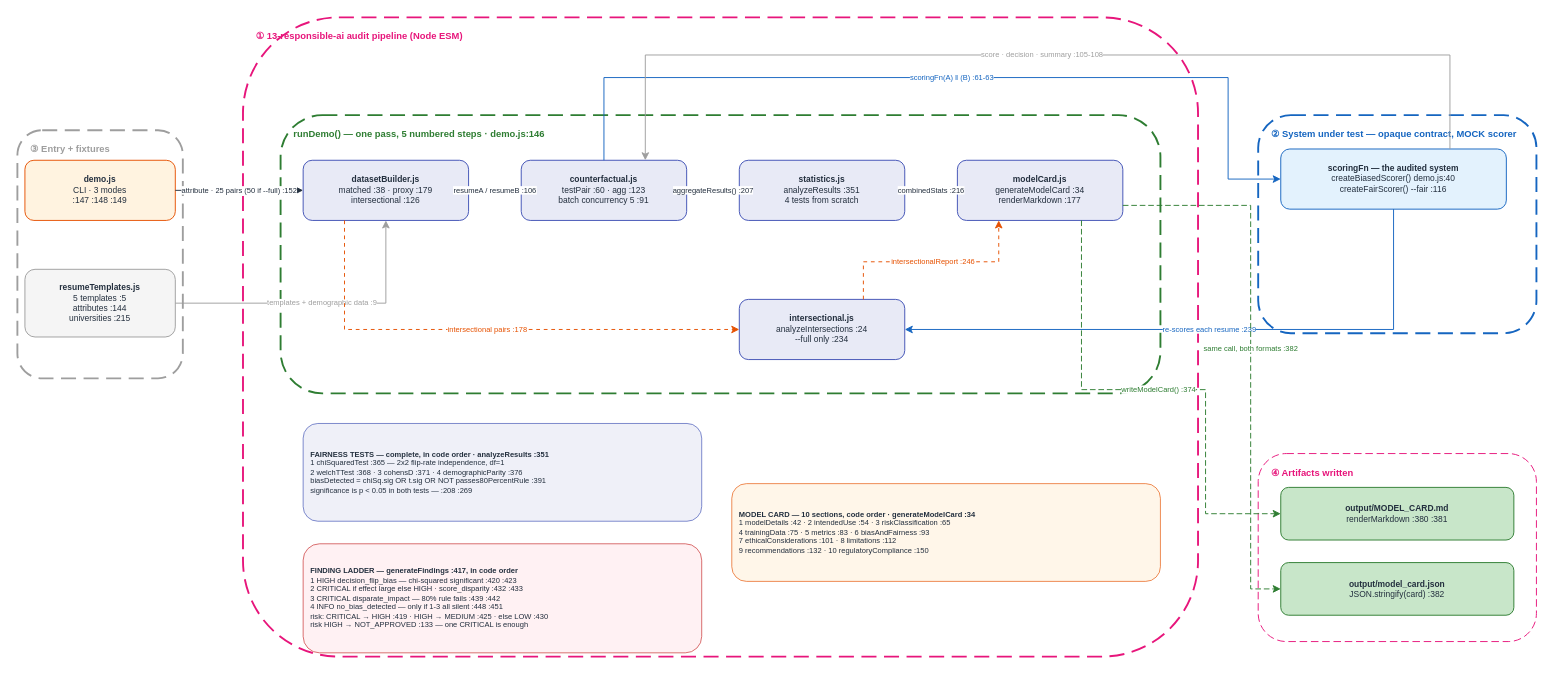
Above: docs/diagrams/responsible_ai_v1/HOA_ResponsibleAi_v1.drawio in gmaheshraju/Hands-on-AgenticAI (draw.io), before the change. Source tidied: cells renumbered, new cells numbered last; positions are measured from the earlier drawing's top-left corner, leaving out a move shared by most shapes. Both pictures are drawn from the tidied source at 94%, with x=0, y=0 at pixel (17, 17).
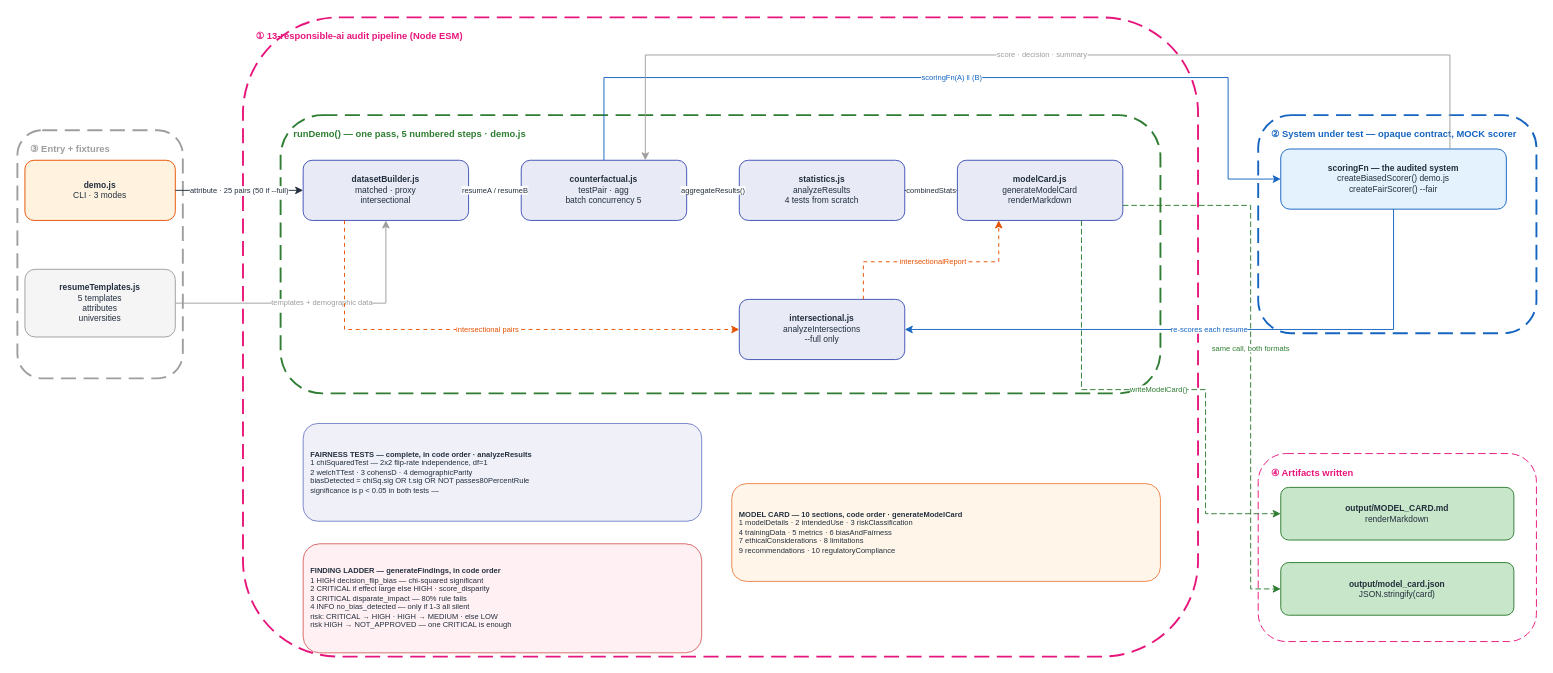
The same diagram, later.

Change to the diagram source:
```diff
@@
-    <mxCell id="7" value="runDemo() — one pass, 5 numbered steps · demo.js:146" style="text;fontSize=10;fontStyle=1;fontColor=#2E7D32;align=left;html=1;whiteSpace=wrap;" parent="1" vertex="1">
+    <mxCell id="7" value="runDemo() — one pass, 5 numbered steps · demo.js" style="text;fontSize=10;fontStyle=1;fontColor=#2E7D32;align=left;html=1;whiteSpace=wrap;" parent="1" vertex="1">
       <mxGeometry x="292" y="112" width="920" height="16" as="geometry" />
     </mxCell>
@@
-    <mxCell id="12" value="&lt;b&gt;demo.js&lt;/b&gt;&lt;br&gt;CLI · 3 modes&lt;br&gt;:147 :148 :149" style="rounded=1;fillColor=#FFF3E0;strokeColor=#E65100;fontSize=9;fontColor=#232F3E;html=1;whiteSpace=wrap;align=center;" parent="1" vertex="1">
+    <mxCell id="12" value="&lt;b&gt;demo.js&lt;/b&gt;&lt;br&gt;CLI · 3 modes&lt;br&gt;" style="rounded=1;fillColor=#FFF3E0;strokeColor=#E65100;fontSize=9;fontColor=#232F3E;html=1;whiteSpace=wrap;align=center;" parent="1" vertex="1">
       <mxGeometry x="8" y="152" width="160" height="64" as="geometry" />
     </mxCell>
-    <mxCell id="13" value="&lt;b&gt;resumeTemplates.js&lt;/b&gt;&lt;br&gt;5 templates :5&lt;br&gt;attributes :144&lt;br&gt;universities :215" style="rounded=1;fillColor=#F5F5F5;strokeColor=#9E9E9E;fontSize=9;fontColor=#232F3E;html=1;whiteSpace=wrap;align=center;" parent="1" vertex="1">
+    <mxCell id="13" value="&lt;b&gt;resumeTemplates.js&lt;/b&gt;&lt;br&gt;5 templates&lt;br&gt;attributes&lt;br&gt;universities" style="rounded=1;fillColor=#F5F5F5;strokeColor=#9E9E9E;fontSize=9;fontColor=#232F3E;html=1;whiteSpace=wrap;align=center;" parent="1" vertex="1">
       <mxGeometry x="8" y="268" width="160" height="72" as="geometry" />
     </mxCell>
-    <mxCell id="14" value="&lt;b&gt;datasetBuilder.js&lt;/b&gt;&lt;br&gt;matched :38 · proxy :179&lt;br&gt;intersectional :126" style="rounded=1;fillColor=#E8EAF6;strokeColor=#3F51B5;fontSize=9;fontColor=#232F3E;html=1;whiteSpace=wrap;align=center;" parent="1" vertex="1">
+    <mxCell id="14" value="&lt;b&gt;datasetBuilder.js&lt;/b&gt;&lt;br&gt;matched · proxy&lt;br&gt;intersectional" style="rounded=1;fillColor=#E8EAF6;strokeColor=#3F51B5;fontSize=9;fontColor=#232F3E;html=1;whiteSpace=wrap;align=center;" parent="1" vertex="1">
       <mxGeometry x="304" y="152" width="176" height="64" as="geometry" />
     </mxCell>
-    <mxCell id="15" value="&lt;b&gt;counterfactual.js&lt;/b&gt;&lt;br&gt;testPair :60 · agg :123&lt;br&gt;batch concurrency 5 :91" style="rounded=1;fillColor=#E8EAF6;strokeColor=#3F51B5;fontSize=9;fontColor=#232F3E;html=1;whiteSpace=wrap;align=center;" parent="1" vertex="1">
+    <mxCell id="15" value="&lt;b&gt;counterfactual.js&lt;/b&gt;&lt;br&gt;testPair · agg&lt;br&gt;batch concurrency 5" style="rounded=1;fillColor=#E8EAF6;strokeColor=#3F51B5;fontSize=9;fontColor=#232F3E;html=1;whiteSpace=wrap;align=center;" parent="1" vertex="1">
       <mxGeometry x="536" y="152" width="176" height="64" as="geometry" />
     </mxCell>
-    <mxCell id="16" value="&lt;b&gt;statistics.js&lt;/b&gt;&lt;br&gt;analyzeResults :351&lt;br&gt;4 tests from scratch" style="rounded=1;fillColor=#E8EAF6;strokeColor=#3F51B5;fontSize=9;fontColor=#232F3E;html=1;whiteSpace=wrap;align=center;" parent="1" vertex="1">
+    <mxCell id="16" value="&lt;b&gt;statistics.js&lt;/b&gt;&lt;br&gt;analyzeResults&lt;br&gt;4 tests from scratch" style="rounded=1;fillColor=#E8EAF6;strokeColor=#3F51B5;fontSize=9;fontColor=#232F3E;html=1;whiteSpace=wrap;align=center;" parent="1" vertex="1">
       <mxGeometry x="768" y="152" width="176" height="64" as="geometry" />
     </mxCell>
-    <mxCell id="17" value="&lt;b&gt;modelCard.js&lt;/b&gt;&lt;br&gt;generateModelCard :34&lt;br&gt;renderMarkdown :177" style="rounded=1;fillColor=#E8EAF6;strokeColor=#3F51B5;fontSize=9;fontColor=#232F3E;html=1;whiteSpace=wrap;align=center;" parent="1" vertex="1">
+    <mxCell id="17" value="&lt;b&gt;modelCard.js&lt;/b&gt;&lt;br&gt;generateModelCard&lt;br&gt;renderMarkdown" style="rounded=1;fillColor=#E8EAF6;strokeColor=#3F51B5;fontSize=9;fontColor=#232F3E;html=1;whiteSpace=wrap;align=center;" parent="1" vertex="1">
       <mxGeometry x="1000" y="152" width="176" height="64" as="geometry" />
     </mxCell>
-    <mxCell id="18" value="&lt;b&gt;intersectional.js&lt;/b&gt;&lt;br&gt;analyzeIntersections :24&lt;br&gt;--full only :234" style="rounded=1;fillColor=#E8EAF6;strokeColor=#3F51B5;fontSize=9;fontColor=#232F3E;html=1;whiteSpace=wrap;align=center;" parent="1" vertex="1">
+    <mxCell id="18" value="&lt;b&gt;intersectional.js&lt;/b&gt;&lt;br&gt;analyzeIntersections&lt;br&gt;--full only" style="rounded=1;fillColor=#E8EAF6;strokeColor=#3F51B5;fontSize=9;fontColor=#232F3E;html=1;whiteSpace=wrap;align=center;" parent="1" vertex="1">
       <mxGeometry x="768" y="300" width="176" height="64" as="geometry" />
     </mxCell>
-    <mxCell id="19" value="&lt;b&gt;scoringFn — the audited system&lt;/b&gt;&lt;br&gt;createBiasedScorer() demo.js:40&lt;br&gt;createFairScorer() --fair :116" style="rounded=1;fillColor=#E3F2FD;strokeColor=#1565C0;fontSize=9;fontColor=#232F3E;html=1;whiteSpace=wrap;align=center;" parent="1" vertex="1">
+    <mxCell id="19" value="&lt;b&gt;scoringFn — the audited system&lt;/b&gt;&lt;br&gt;createBiasedScorer() demo.js&lt;br&gt;createFairScorer() --fair" style="rounded=1;fillColor=#E3F2FD;strokeColor=#1565C0;fontSize=9;fontColor=#232F3E;html=1;whiteSpace=wrap;align=center;" parent="1" vertex="1">
       <mxGeometry x="1344" y="140" width="240" height="64" as="geometry" />
     </mxCell>
-    <mxCell id="20" value="&lt;b&gt;output/MODEL_CARD.md&lt;/b&gt;&lt;br&gt;renderMarkdown :380 :381" style="rounded=1;fillColor=#C8E6C9;strokeColor=#2E7D32;fontSize=9;fontColor=#232F3E;html=1;whiteSpace=wrap;align=center;" parent="1" vertex="1">
+    <mxCell id="20" value="&lt;b&gt;output/MODEL_CARD.md&lt;/b&gt;&lt;br&gt;renderMarkdown" style="rounded=1;fillColor=#C8E6C9;strokeColor=#2E7D32;fontSize=9;fontColor=#232F3E;html=1;whiteSpace=wrap;align=center;" parent="1" vertex="1">
       <mxGeometry x="1344" y="500" width="248" height="56" as="geometry" />
     </mxCell>
-    <mxCell id="21" value="&lt;b&gt;output/model_card.json&lt;/b&gt;&lt;br&gt;JSON.stringify(card) :382" style="rounded=1;fillColor=#C8E6C9;strokeColor=#2E7D32;fontSize=9;fontColor=#232F3E;html=1;whiteSpace=wrap;align=center;" parent="1" vertex="1">
+    <mxCell id="21" value="&lt;b&gt;output/model_card.json&lt;/b&gt;&lt;br&gt;JSON.stringify(card)" style="rounded=1;fillColor=#C8E6C9;strokeColor=#2E7D32;fontSize=9;fontColor=#232F3E;html=1;whiteSpace=wrap;align=center;" parent="1" vertex="1">
       <mxGeometry x="1344" y="580" width="248" height="56" as="geometry" />
     </mxCell>
-    <mxCell id="22" value="&lt;b&gt;FAIRNESS TESTS — complete, in code order · analyzeResults :351&lt;/b&gt;&lt;br&gt;1 chiSquaredTest :365 — 2x2 flip-rate independence, df=1&lt;br&gt;2 welchTTest :368 · 3 cohensD :371 · 4 demographicParity :376&lt;br&gt;biasDetected = chiSq.sig OR t.sig OR NOT passes80PercentRule :391&lt;br&gt;significance is p &amp;lt; 0.05 in both tests — :208 :269" style="rounded=1;fillColor=#E8EAF6;strokeColor=#3F51B5;fontSize=8;fontColor=#232F3E;html=1;whiteSpace=wrap;align=left;spacingLeft=6;opacity=70;" parent="1" vertex="1">
+    <mxCell id="22" value="&lt;b&gt;FAIRNESS TESTS — complete, in code order · analyzeResults&lt;/b&gt;&lt;br&gt;1 chiSquaredTest — 2x2 flip-rate independence, df=1&lt;br&gt;2 welchTTest · 3 cohensD · 4 demographicParity&lt;br&gt;biasDetected = chiSq.sig OR t.sig OR NOT passes80PercentRule&lt;br&gt;significance is p &amp;lt; 0.05 in both tests —" style="rounded=1;fillColor=#E8EAF6;strokeColor=#3F51B5;fontSize=8;fontColor=#232F3E;html=1;whiteSpace=wrap;align=left;spacingLeft=6;opacity=70;" parent="1" vertex="1">
       <mxGeometry x="304" y="432" width="424" height="104" as="geometry" />
     </mxCell>
-    <mxCell id="23" value="&lt;b&gt;FINDING LADDER — generateFindings :417, in code order&lt;/b&gt;&lt;br&gt;1 HIGH decision_flip_bias — chi-squared significant :420 :423&lt;br&gt;2 CRITICAL if effect large else HIGH · score_disparity :432 :433&lt;br&gt;3 CRITICAL disparate_impact — 80% rule fails :439 :442&lt;br&gt;4 INFO no_bias_detected — only if 1-3 all silent :448 :451&lt;br&gt;risk: CRITICAL → HIGH :419 · HIGH → MEDIUM :425 · else LOW :430&lt;br&gt;risk HIGH → NOT_APPROVED :133 — one CRITICAL is enough" style="rounded=1;fillColor=#FFEBEE;strokeColor=#C62828;fontSize=8;fontColor=#232F3E;html=1;whiteSpace=wrap;align=left;spacingLeft=6;opacity=70;" parent="1" vertex="1">
+    <mxCell id="23" value="&lt;b&gt;FINDING LADDER — generateFindings, in code order&lt;/b&gt;&lt;br&gt;1 HIGH decision_flip_bias — chi-squared significant&lt;br&gt;2 CRITICAL if effect large else HIGH · score_disparity&lt;br&gt;3 CRITICAL disparate_impact — 80% rule fails&lt;br&gt;4 INFO no_bias_detected — only if 1-3 all silent&lt;br&gt;risk: CRITICAL → HIGH · HIGH → MEDIUM · else LOW&lt;br&gt;risk HIGH → NOT_APPROVED — one CRITICAL is enough" style="rounded=1;fillColor=#FFEBEE;strokeColor=#C62828;fontSize=8;fontColor=#232F3E;html=1;whiteSpace=wrap;align=left;spacingLeft=6;opacity=70;" parent="1" vertex="1">
       <mxGeometry x="304" y="560" width="424" height="116" as="geometry" />
     </mxCell>
-    <mxCell id="24" value="&lt;b&gt;MODEL CARD — 10 sections, code order · generateModelCard :34&lt;/b&gt;&lt;br&gt;1 modelDetails :42 · 2 intendedUse :54 · 3 riskClassification :65&lt;br&gt;4 trainingData :75 · 5 metrics :83 · 6 biasAndFairness :93&lt;br&gt;7 ethicalConsiderations :101 · 8 limitations :112&lt;br&gt;9 recommendations :132 · 10 regulatoryCompliance :150" style="rounded=1;fillColor=#FFF3E0;strokeColor=#E65100;fontSize=8;fontColor=#232F3E;html=1;whiteSpace=wrap;align=left;spacingLeft=6;opacity=70;" parent="1" vertex="1">
+    <mxCell id="24" value="&lt;b&gt;MODEL CARD — 10 sections, code order · generateModelCard&lt;/b&gt;&lt;br&gt;1 modelDetails · 2 intendedUse · 3 riskClassification&lt;br&gt;4 trainingData · 5 metrics · 6 biasAndFairness&lt;br&gt;7 ethicalConsiderations · 8 limitations&lt;br&gt;9 recommendations · 10 regulatoryCompliance" style="rounded=1;fillColor=#FFF3E0;strokeColor=#E65100;fontSize=8;fontColor=#232F3E;html=1;whiteSpace=wrap;align=left;spacingLeft=6;opacity=70;" parent="1" vertex="1">
       <mxGeometry x="760" y="496" width="456" height="104" as="geometry" />
     </mxCell>
-    <mxCell id="25" value="attribute · 25 pairs (50 if --full) :152" style="edgeStyle=orthogonalEdgeStyle;rounded=0;html=1;strokeColor=#232F3E;fontColor=#232F3E;fontSize=8;exitX=1;exitY=0.5;exitDx=0;exitDy=0;entryX=0;entryY=0.5;entryDx=0;entryDy=0;" parent="1" edge="1" source="12" target="14">
+    <mxCell id="25" value="attribute · 25 pairs (50 if --full)" style="edgeStyle=orthogonalEdgeStyle;rounded=0;html=1;strokeColor=#232F3E;fontColor=#232F3E;fontSize=8;exitX=1;exitY=0.5;exitDx=0;exitDy=0;entryX=0;entryY=0.5;entryDx=0;entryDy=0;" parent="1" edge="1" source="12" target="14">
       <mxGeometry relative="1" as="geometry" />
     </mxCell>
-    <mxCell id="26" value="templates + demographic data :9" style="edgeStyle=orthogonalEdgeStyle;rounded=0;html=1;strokeColor=#9E9E9E;fontColor=#9E9E9E;fontSize=8;exitX=1;exitY=0.5;exitDx=0;exitDy=0;entryX=0.5;entryY=1;entryDx=0;entryDy=0;" parent="1" edge="1" source="13" target="14">
+    <mxCell id="26" value="templates + demographic data" style="edgeStyle=orthogonalEdgeStyle;rounded=0;html=1;strokeColor=#9E9E9E;fontColor=#9E9E9E;fontSize=8;exitX=1;exitY=0.5;exitDx=0;exitDy=0;entryX=0.5;entryY=1;entryDx=0;entryDy=0;" parent="1" edge="1" source="13" target="14">
       <mxGeometry relative="1" as="geometry">
         <Array as="points">
           <mxPoint x="392" y="304" />
         </Array>
       </mxGeometry>
     </mxCell>
-    <mxCell id="27" value="resumeA / resumeB :106" style="edgeStyle=orthogonalEdgeStyle;rounded=0;html=1;strokeColor=#232F3E;fontColor=#232F3E;fontSize=8;exitX=1;exitY=0.5;exitDx=0;exitDy=0;entryX=0;entryY=0.5;entryDx=0;entryDy=0;" parent="1" edge="1" source="14" target="15">
+    <mxCell id="27" value="resumeA / resumeB" style="edgeStyle=orthogonalEdgeStyle;rounded=0;html=1;strokeColor=#232F3E;fontColor=#232F3E;fontSize=8;exitX=1;exitY=0.5;exitDx=0;exitDy=0;entryX=0;entryY=0.5;entryDx=0;entryDy=0;" parent="1" edge="1" source="14" target="15">
       <mxGeometry relative="1" as="geometry" />
     </mxCell>
-    <mxCell id="28" value="scoringFn(A) ‖ (B) :61-63" style="edgeStyle=orthogonalEdgeStyle;rounded=0;html=1;strokeColor=#1565C0;fontColor=#1565C0;fontSize=8;exitX=0.5;exitY=0;exitDx=0;exitDy=0;entryX=0;entryY=0.5;entryDx=0;entryDy=0;" parent="1" edge="1" source="15" target="19">
+    <mxCell id="28" value="scoringFn(A) ‖ (B)" style="edgeStyle=orthogonalEdgeStyle;rounded=0;html=1;strokeColor=#1565C0;fontColor=#1565C0;fontSize=8;exitX=0.5;exitY=0;exitDx=0;exitDy=0;entryX=0;entryY=0.5;entryDx=0;entryDy=0;" parent="1" edge="1" source="15" target="19">
       <mxGeometry relative="1" as="geometry">
         <Array as="points">
           <mxPoint x="624" y="64" />
           <mxPoint x="1288" y="64" />
           <mxPoint x="1288" y="172" />
         </Array>
       </mxGeometry>
     </mxCell>
-    <mxCell id="29" value="score · decision · summary :105-108" style="edgeStyle=orthogonalEdgeStyle;rounded=0;html=1;strokeColor=#9E9E9E;fontColor=#9E9E9E;fontSize=8;exitX=0.75;exitY=0;exitDx=0;exitDy=0;entryX=0.75;entryY=0;entryDx=0;entryDy=0;" parent="1" edge="1" source="19" target="15">
+    <mxCell id="29" value="score · decision · summary" style="edgeStyle=orthogonalEdgeStyle;rounded=0;html=1;strokeColor=#9E9E9E;fontColor=#9E9E9E;fontSize=8;exitX=0.75;exitY=0;exitDx=0;exitDy=0;entryX=0.75;entryY=0;entryDx=0;entryDy=0;" parent="1" edge="1" source="19" target="15">
       <mxGeometry relative="1" as="geometry">
         <Array as="points">
           <mxPoint x="1524" y="40" />
           <mxPoint x="668" y="40" />
         </Array>
       </mxGeometry>
     </mxCell>
-    <mxCell id="30" value="aggregateResults() :207" style="edgeStyle=orthogonalEdgeStyle;rounded=0;html=1;strokeColor=#232F3E;fontColor=#232F3E;fontSize=8;exitX=1;exitY=0.5;exitDx=0;exitDy=0;entryX=0;entryY=0.5;entryDx=0;entryDy=0;" parent="1" edge="1" source="15" target="16">
+    <mxCell id="30" value="aggregateResults()" style="edgeStyle=orthogonalEdgeStyle;rounded=0;html=1;strokeColor=#232F3E;fontColor=#232F3E;fontSize=8;exitX=1;exitY=0.5;exitDx=0;exitDy=0;entryX=0;entryY=0.5;entryDx=0;entryDy=0;" parent="1" edge="1" source="15" target="16">
       <mxGeometry relative="1" as="geometry" />
     </mxCell>
-    <mxCell id="31" value="combinedStats :216" style="edgeStyle=orthogonalEdgeStyle;rounded=0;html=1;strokeColor=#232F3E;fontColor=#232F3E;fontSize=8;exitX=1;exitY=0.5;exitDx=0;exitDy=0;entryX=0;entryY=0.5;entryDx=0;entryDy=0;" parent="1" edge="1" source="16" target="17">
+    <mxCell id="31" value="combinedStats" style="edgeStyle=orthogonalEdgeStyle;rounded=0;html=1;strokeColor=#232F3E;fontColor=#232F3E;fontSize=8;exitX=1;exitY=0.5;exitDx=0;exitDy=0;entryX=0;entryY=0.5;entryDx=0;entryDy=0;" parent="1" edge="1" source="16" target="17">
       <mxGeometry relative="1" as="geometry" />
     </mxCell>
-    <mxCell id="32" value="intersectional pairs :178" style="edgeStyle=orthogonalEdgeStyle;rounded=0;html=1;strokeColor=#E65100;fontColor=#E65100;fontSize=8;exitX=0.25;exitY=1;exitDx=0;exitDy=0;entryX=0;entryY=0.5;entryDx=0;entryDy=0;dashed=1;dashPattern=4 4;" parent="1" edge="1" source="14" target="18">
+    <mxCell id="32" value="intersectional pairs" style="edgeStyle=orthogonalEdgeStyle;rounded=0;html=1;strokeColor=#E65100;fontColor=#E65100;fontSize=8;exitX=0.25;exitY=1;exitDx=0;exitDy=0;entryX=0;entryY=0.5;entryDx=0;entryDy=0;dashed=1;dashPattern=4 4;" parent="1" edge="1" source="14" target="18">
       <mxGeometry relative="1" as="geometry">
         <Array as="points">
           <mxPoint x="348" y="332" />
         </Array>
       </mxGeometry>
     </mxCell>
-    <mxCell id="33" value="re-scores each resume :239" style="edgeStyle=orthogonalEdgeStyle;rounded=0;html=1;strokeColor=#1565C0;fontColor=#1565C0;fontSize=8;exitX=0.5;exitY=1;exitDx=0;exitDy=0;entryX=1;entryY=0.5;entryDx=0;entryDy=0;" parent="1" edge="1" source="19" target="18">
+    <mxCell id="33" value="re-scores each resume" style="edgeStyle=orthogonalEdgeStyle;rounded=0;html=1;strokeColor=#1565C0;fontColor=#1565C0;fontSize=8;exitX=0.5;exitY=1;exitDx=0;exitDy=0;entryX=1;entryY=0.5;entryDx=0;entryDy=0;" parent="1" edge="1" source="19" target="18">
       <mxGeometry relative="1" as="geometry">
         <Array as="points">
           <mxPoint x="1464" y="332" />
         </Array>
       </mxGeometry>
     </mxCell>
-    <mxCell id="34" value="intersectionalReport :246" style="edgeStyle=orthogonalEdgeStyle;rounded=0;html=1;strokeColor=#E65100;fontColor=#E65100;fontSize=8;exitX=0.75;exitY=0;exitDx=0;exitDy=0;entryX=0.25;entryY=1;entryDx=0;entryDy=0;dashed=1;dashPattern=4 4;" parent="1" edge="1" source="18" target="17">
+    <mxCell id="34" value="intersectionalReport" style="edgeStyle=orthogonalEdgeStyle;rounded=0;html=1;strokeColor=#E65100;fontColor=#E65100;fontSize=8;exitX=0.75;exitY=0;exitDx=0;exitDy=0;entryX=0.25;entryY=1;entryDx=0;entryDy=0;dashed=1;dashPattern=4 4;" parent="1" edge="1" source="18" target="17">
       <mxGeometry relative="1" as="geometry">
         <Array as="points">
           <mxPoint x="900" y="260" />
           <mxPoint x="1044" y="260" />
         </Array>
       </mxGeometry>
     </mxCell>
-    <mxCell id="35" value="writeModelCard() :374" style="edgeStyle=orthogonalEdgeStyle;rounded=0;html=1;strokeColor=#2E7D32;fontColor=#2E7D32;fontSize=8;exitX=0.75;exitY=1;exitDx=0;exitDy=0;entryX=0;entryY=0.5;entryDx=0;entryDy=0;dashed=1;dashPattern=6 3;" parent="1" edge="1" source="17" target="20">
+    <mxCell id="35" value="writeModelCard()" style="edgeStyle=orthogonalEdgeStyle;rounded=0;html=1;strokeColor=#2E7D32;fontColor=#2E7D32;fontSize=8;exitX=0.75;exitY=1;exitDx=0;exitDy=0;entryX=0;entryY=0.5;entryDx=0;entryDy=0;dashed=1;dashPattern=6 3;" parent="1" edge="1" source="17" target="20">
       <mxGeometry relative="1" as="geometry">
         <Array as="points">
           <mxPoint x="1132" y="396" />
           <mxPoint x="1264" y="396" />
           <mxPoint x="1264" y="528" />
         </Array>
       </mxGeometry>
     </mxCell>
-    <mxCell id="36" value="same call, both formats :382" style="edgeStyle=orthogonalEdgeStyle;rounded=0;html=1;strokeColor=#2E7D32;fontColor=#2E7D32;fontSize=8;exitX=1;exitY=0.75;exitDx=0;exitDy=0;entryX=0;entryY=0.5;entryDx=0;entryDy=0;dashed=1;dashPattern=6 3;" parent="1" edge="1" source="17" target="21">
+    <mxCell id="36" value="same call, both formats" style="edgeStyle=orthogonalEdgeStyle;rounded=0;html=1;strokeColor=#2E7D32;fontColor=#2E7D32;fontSize=8;exitX=1;exitY=0.75;exitDx=0;exitDy=0;entryX=0;entryY=0.5;entryDx=0;entryDy=0;dashed=1;dashPattern=6 3;" parent="1" edge="1" source="17" target="21">
       <mxGeometry relative="1" as="geometry">
         <Array as="points">
           <mxPoint x="1312" y="200" />
           <mxPoint x="1312" y="608" />
         </Array>
       </mxGeometry>
     </mxCell>
```
